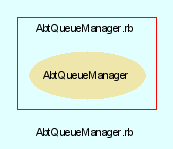
Earlier version of the Graphviz export src/trunk/doc/dot/f_5.png (eschabell/abtlinux). Its source is kept beside it as src/trunk/doc/dot/f_5.dot. Its diagram source:
```dot
digraph TopLevel {
    compound = true
    bgcolor = lightcyan1
    fontname = Arial
    fontsize = 8
    label = "AbtQueueManager.rb"
    node [
        fontname = Arial,
        fontsize = 8,
        color = black
    ]

    subgraph cluster_6 {
        fontname = Arial
        color = red
        label = "AbtQueueManager.rb"
        AbtQueueManager [
            fontcolor = black,
            URL = "classes/AbtQueueManager.html",
            shape = ellipse,
            color = palegoldenrod,
            style = filled,
            label = "AbtQueueManager"
        ]

    }

}
```
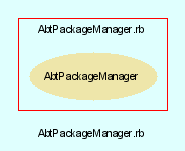
After the commit.

Diff of the diagram source:
```diff
@@ -3,24 +3,24 @@
     bgcolor = lightcyan1
     fontname = Arial
     fontsize = 8
-    label = "AbtQueueManager.rb"
+    label = "AbtPackageManager.rb"
     node [
         fontname = Arial,
         fontsize = 8,
         color = black
     ]
 
-    subgraph cluster_6 {
+    subgraph cluster_5 {
         fontname = Arial
         color = red
-        label = "AbtQueueManager.rb"
-        AbtQueueManager [
+        label = "AbtPackageManager.rb"
+        AbtPackageManager [
             fontcolor = black,
-            URL = "classes/AbtQueueManager.html",
+            URL = "classes/AbtPackageManager.html",
             shape = ellipse,
             color = palegoldenrod,
             style = filled,
-            label = "AbtQueueManager"
+            label = "AbtPackageManager"
         ]
 
     }
```
